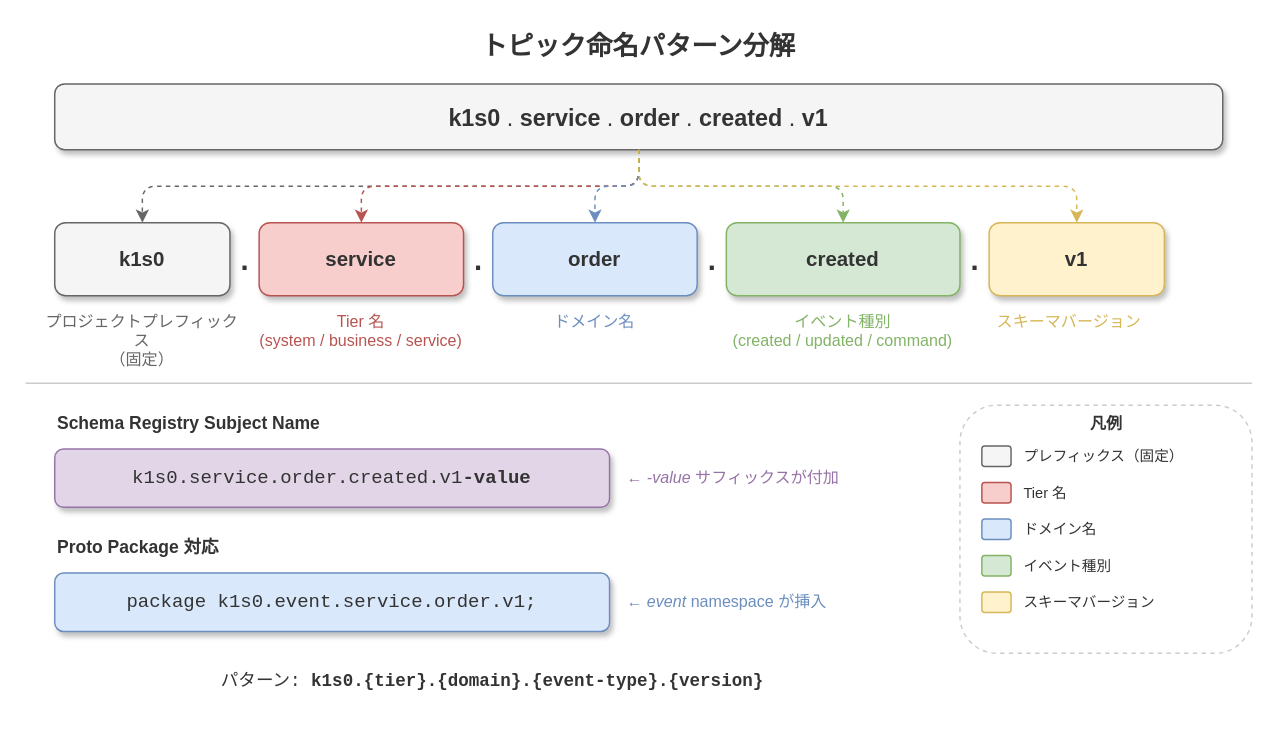
This is docs/architecture/messaging/images/topic-naming-pattern.drawio from RyuheiKiso/k1s0, a draw.io file, before an edit. Source tidied: cells renumbered, new cells numbered last; positions are measured from the earlier drawing's top-left corner, leaving out a move shared by most shapes. Both pictures are drawn from the tidied source at 146%, with x=0, y=0 at pixel (25, 25).
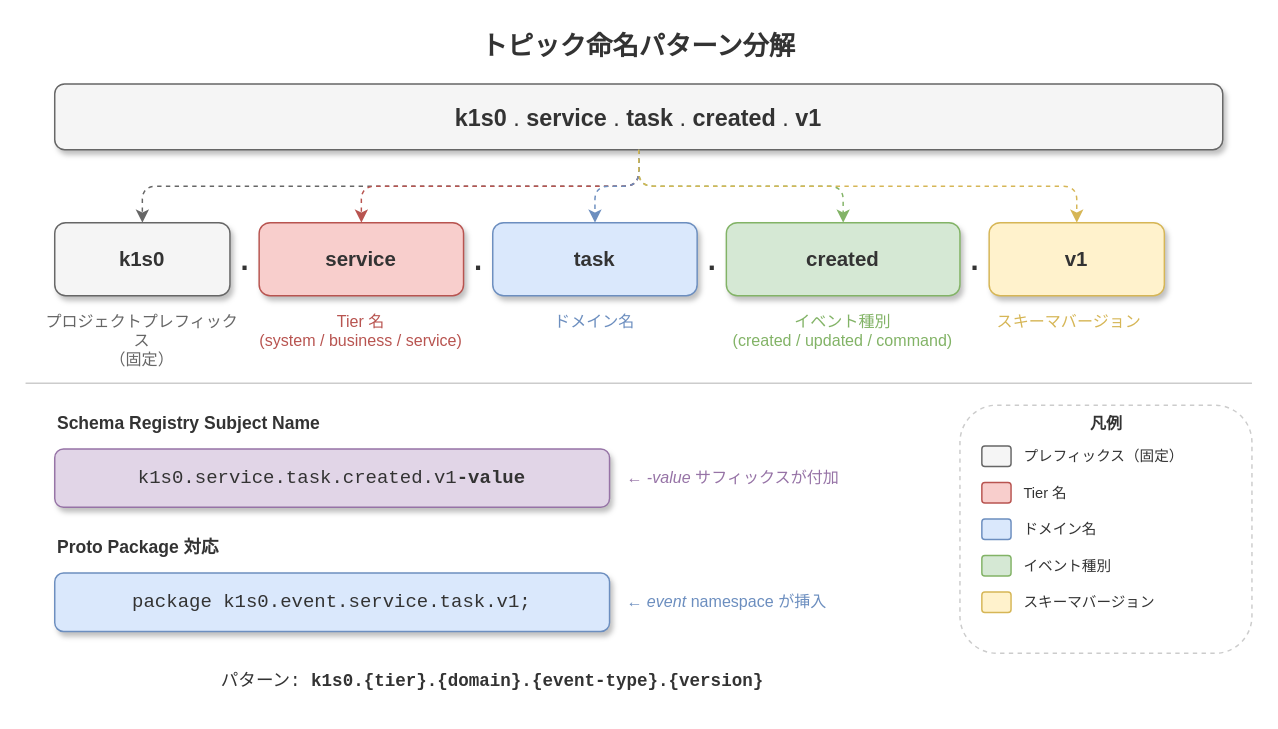
Above is the later version.

Change to the diagram source:
```diff
@@
-    <mxCell id="3" value="&lt;font style=&quot;font-size:16px;&quot;&gt;&lt;b&gt;k1s0&lt;/b&gt; . &lt;b&gt;service&lt;/b&gt; . &lt;b&gt;order&lt;/b&gt; . &lt;b&gt;created&lt;/b&gt; . &lt;b&gt;v1&lt;/b&gt;&lt;/font&gt;" style="rounded=1;whiteSpace=wrap;html=1;shadow=1;fillColor=#F5F5F5;strokeColor=#666666;fontColor=#333333;fontSize=14;align=center;verticalAlign=middle;" parent="1" vertex="1">
+    <mxCell id="3" value="&lt;font style=&quot;font-size:16px;&quot;&gt;&lt;b&gt;k1s0&lt;/b&gt; . &lt;b&gt;service&lt;/b&gt; . &lt;b&gt;task&lt;/b&gt; . &lt;b&gt;created&lt;/b&gt; . &lt;b&gt;v1&lt;/b&gt;&lt;/font&gt;" style="rounded=1;whiteSpace=wrap;html=1;shadow=1;fillColor=#F5F5F5;strokeColor=#666666;fontColor=#333333;fontSize=14;align=center;verticalAlign=middle;" parent="1" vertex="1">
       <mxGeometry x="20" y="40" width="800" height="45" as="geometry" />
     </mxCell>
@@
-    <mxCell id="8" value="&lt;b&gt;order&lt;/b&gt;" style="rounded=1;whiteSpace=wrap;html=1;shadow=1;fillColor=#DAE8FC;strokeColor=#6C8EBF;fontColor=#333333;fontSize=14;align=center;verticalAlign=middle;" parent="1" vertex="1">
+    <mxCell id="8" value="&lt;b&gt;task&lt;/b&gt;" style="rounded=1;whiteSpace=wrap;html=1;shadow=1;fillColor=#DAE8FC;strokeColor=#6C8EBF;fontColor=#333333;fontSize=14;align=center;verticalAlign=middle;" parent="1" vertex="1">
       <mxGeometry x="320" y="135" width="140" height="50" as="geometry" />
     </mxCell>
@@
-    <mxCell id="25" value="&lt;font style=&quot;font-size:13px;&quot;&gt;k1s0.service.order.created.v1&lt;b&gt;-value&lt;/b&gt;&lt;/font&gt;" style="rounded=1;whiteSpace=wrap;html=1;shadow=1;fillColor=#E1D5E7;strokeColor=#9673A6;fontColor=#333333;fontSize=13;align=center;verticalAlign=middle;fontFamily=Courier New;" parent="1" vertex="1">
+    <mxCell id="25" value="&lt;font style=&quot;font-size:13px;&quot;&gt;k1s0.service.task.created.v1&lt;b&gt;-value&lt;/b&gt;&lt;/font&gt;" style="rounded=1;whiteSpace=wrap;html=1;shadow=1;fillColor=#E1D5E7;strokeColor=#9673A6;fontColor=#333333;fontSize=13;align=center;verticalAlign=middle;fontFamily=Courier New;" parent="1" vertex="1">
       <mxGeometry x="20" y="290" width="380" height="40" as="geometry" />
     </mxCell>
@@
-    <mxCell id="28" value="&lt;font style=&quot;font-size:13px;&quot;&gt;package k1s0.event.service.order.v1;&lt;/font&gt;" style="rounded=1;whiteSpace=wrap;html=1;shadow=1;fillColor=#DAE8FC;strokeColor=#6C8EBF;fontColor=#333333;fontSize=13;align=center;verticalAlign=middle;fontFamily=Courier New;" parent="1" vertex="1">
+    <mxCell id="28" value="&lt;font style=&quot;font-size:13px;&quot;&gt;package k1s0.event.service.task.v1;&lt;/font&gt;" style="rounded=1;whiteSpace=wrap;html=1;shadow=1;fillColor=#DAE8FC;strokeColor=#6C8EBF;fontColor=#333333;fontSize=13;align=center;verticalAlign=middle;fontFamily=Courier New;" parent="1" vertex="1">
       <mxGeometry x="20" y="375" width="380" height="40" as="geometry" />
     </mxCell>
```
